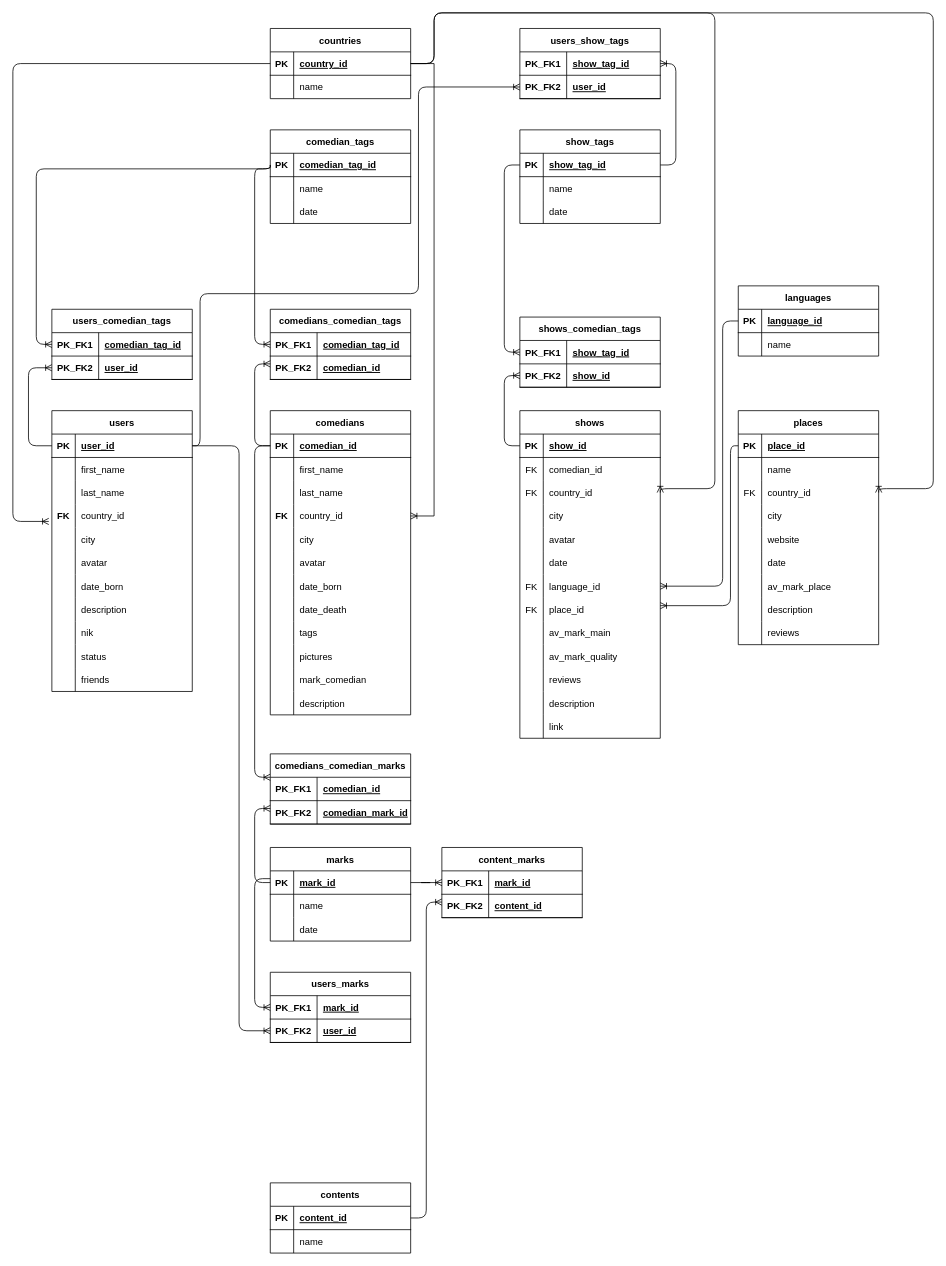
Before: src/Диаграмма без названия.drawio in gitSergeyhab/test, a draw.io diagram. Source tidied: cells renumbered, new cells numbered last; positions are measured from the earlier drawing's top-left corner, leaving out a move shared by most shapes. Both pictures are drawn from the tidied source at 78%, with x=0, y=0 at pixel (12, 12).
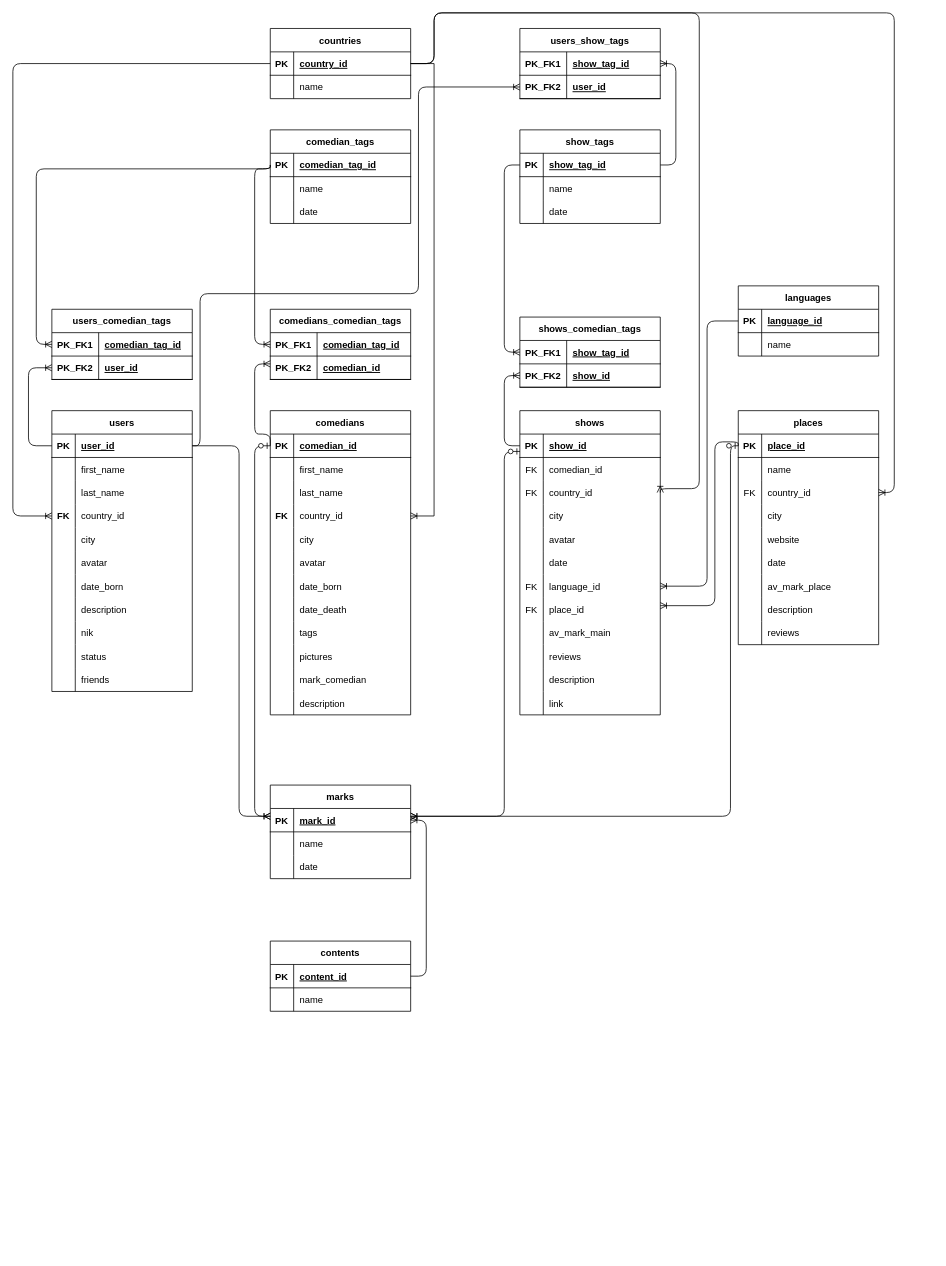
The same page after the edit.

The change refers to these unchanged cells:
```xml
<mxCell id="3" style="shape=tableRow;horizontal=0;startSize=0;swimlaneHead=0;swimlaneBody=0;fillColor=none;points=[[0,0.5],[1,0.5]];portConstraint=eastwest;top=0;left=0;right=0;bottom=1;" parent="2" vertex="1">
  <mxGeometry y="30" width="180" height="30" as="geometry" />
</mxCell>
<mxCell id="40" style="shape=tableRow;horizontal=0;startSize=0;swimlaneHead=0;swimlaneBody=0;fillColor=none;points=[[0,0.5],[1,0.5]];portConstraint=eastwest;top=0;left=0;right=0;bottom=1;" parent="39" vertex="1">
  <mxGeometry y="30" width="180" height="30" as="geometry" />
</mxCell>
<mxCell id="47" style="shape=tableRow;horizontal=0;startSize=0;swimlaneHead=0;swimlaneBody=0;fillColor=none;points=[[0,0.5],[1,0.5]];portConstraint=eastwest;top=0;left=0;right=0;bottom=1;" parent="46" vertex="1">
  <mxGeometry y="30" width="180" height="30" as="geometry" />
</mxCell>
<mxCell id="54" style="shape=tableRow;horizontal=0;startSize=0;swimlaneHead=0;swimlaneBody=0;fillColor=none;points=[[0,0.5],[1,0.5]];portConstraint=eastwest;top=0;left=0;right=0;bottom=1;" parent="53" vertex="1">
  <mxGeometry y="30" width="180" height="30" as="geometry" />
</mxCell>
<mxCell id="72" style="shape=tableRow;horizontal=0;startSize=0;swimlaneHead=0;swimlaneBody=0;fillColor=none;points=[[0,0.5],[1,0.5]];portConstraint=eastwest;top=0;left=0;right=0;bottom=0;" parent="53" vertex="1">
  <mxGeometry y="210" width="180" height="30" as="geometry" />
</mxCell>
<mxCell id="94" style="shape=tableRow;horizontal=0;startSize=0;swimlaneHead=0;swimlaneBody=0;fillColor=none;points=[[0,0.5],[1,0.5]];portConstraint=eastwest;top=0;left=0;right=0;bottom=1;" parent="93" vertex="1">
  <mxGeometry y="30" width="180" height="30" as="geometry" />
</mxCell>
<mxCell id="100" style="shape=tableRow;horizontal=0;startSize=0;swimlaneHead=0;swimlaneBody=0;fillColor=none;points=[[0,0.5],[1,0.5]];portConstraint=eastwest;top=0;left=0;right=0;bottom=0;" parent="93" vertex="1">
  <mxGeometry y="90" width="180" height="30" as="geometry" />
</mxCell>
<mxCell id="122" style="shape=tableRow;horizontal=0;startSize=0;swimlaneHead=0;swimlaneBody=0;fillColor=none;points=[[0,0.5],[1,0.5]];portConstraint=eastwest;top=0;left=0;right=0;bottom=1;" parent="121" vertex="1">
  <mxGeometry y="30" width="180" height="30" as="geometry" />
</mxCell>
<mxCell id="132" style="shape=tableRow;horizontal=0;startSize=0;swimlaneHead=0;swimlaneBody=0;fillColor=none;points=[[0,0.5],[1,0.5]];portConstraint=eastwest;top=0;left=0;right=0;bottom=1;" parent="131" vertex="1">
  <mxGeometry y="30" width="180" height="30" as="geometry" />
</mxCell>
<mxCell id="141" style="shape=tableRow;horizontal=0;startSize=0;swimlaneHead=0;swimlaneBody=0;fillColor=none;points=[[0,0.5],[1,0.5]];portConstraint=eastwest;top=0;left=0;right=0;bottom=0;" parent="131" vertex="1">
  <mxGeometry y="120" width="180" height="30" as="geometry" />
</mxCell>
<mxCell id="246" style="shape=tableRow;horizontal=0;startSize=0;swimlaneHead=0;swimlaneBody=0;fillColor=none;points=[[0,0.5],[1,0.5]];portConstraint=eastwest;top=0;left=0;right=0;bottom=1;" parent="245" vertex="1">
  <mxGeometry y="30" width="180" height="30" as="geometry" />
</mxCell>
```

Diff of the diagram source:
```diff
@@
     <mxCell id="53" value="shows" style="shape=table;startSize=30;childLayout=tableLayout;rowLines=0;fontStyle=1;align=center;" parent="1" vertex="1">
-      <mxGeometry x="650" y="510" width="180" height="420" as="geometry" />
+      <mxGeometry x="650" y="510" width="180" height="390" as="geometry" />
     </mxCell>
@@
-    <mxCell id="81" style="shape=tableRow;horizontal=0;startSize=0;swimlaneHead=0;swimlaneBody=0;fillColor=none;top=0;left=0;right=0;bottom=0;" parent="53" vertex="1">
-      <mxGeometry y="300" width="180" height="30" as="geometry" />
-    </mxCell>
-    <mxCell id="82" style="shape=partialRectangle;fillColor=none;top=0;left=0;bottom=0;right=0;overflow=hidden;" parent="81" vertex="1">
-      <mxGeometry width="30" height="30" as="geometry" />
-    </mxCell>
-    <mxCell id="83" value="av_mark_quality" style="shape=partialRectangle;fillColor=none;top=0;left=0;bottom=0;right=0;align=left;spacingLeft=6;overflow=hidden;" parent="81" vertex="1">
-      <mxGeometry x="30" width="150" height="30" as="geometry" />
-    </mxCell>
     <mxCell id="84" style="shape=tableRow;horizontal=0;startSize=0;swimlaneHead=0;swimlaneBody=0;fillColor=none;top=0;left=0;right=0;bottom=0;" parent="53" vertex="1">
-      <mxGeometry y="330" width="180" height="30" as="geometry" />
+      <mxGeometry y="300" width="180" height="30" as="geometry" />
     </mxCell>
@@
     <mxCell id="87" style="shape=tableRow;horizontal=0;startSize=0;swimlaneHead=0;swimlaneBody=0;fillColor=none;top=0;left=0;right=0;bottom=0;" parent="53" vertex="1">
-      <mxGeometry y="360" width="180" height="30" as="geometry" />
+      <mxGeometry y="330" width="180" height="30" as="geometry" />
     </mxCell>
@@
     <mxCell id="90" style="shape=tableRow;horizontal=0;startSize=0;swimlaneHead=0;swimlaneBody=0;fillColor=none;top=0;left=0;right=0;bottom=0;" parent="53" vertex="1">
-      <mxGeometry y="390" width="180" height="30" as="geometry" />
+      <mxGeometry y="360" width="180" height="30" as="geometry" />
     </mxCell>
@@
     <mxCell id="121" value="marks" style="shape=table;startSize=30;childLayout=tableLayout;rowLines=0;fontStyle=1;align=center;" parent="1" vertex="1">
-      <mxGeometry x="330" y="1070" width="180" height="120" as="geometry" />
+      <mxGeometry x="330" y="990" width="180" height="120" as="geometry" />
     </mxCell>
@@
     <mxCell id="214" style="edgeStyle=orthogonalEdgeStyle;fontSize=12;html=1;endArrow=ERoneToMany;exitX=1;exitY=0.5;exitDx=0;exitDy=0;rounded=1;entryX=1;entryY=0.5;entryDx=0;entryDy=0;" parent="1" edge="1" source="47" target="100">
       <mxGeometry relative="1" as="geometry">
         <Array as="points">
           <mxPoint x="540" y="65" />
           <mxPoint x="540" />
-          <mxPoint x="1180" />
-          <mxPoint x="1180" y="610" />
-          <mxPoint x="1110" y="610" />
+          <mxPoint x="1130" />
+          <mxPoint x="1130" y="615" />
         </Array>
       </mxGeometry>
     </mxCell>
     <mxCell id="215" style="edgeStyle=orthogonalEdgeStyle;fontSize=12;html=1;endArrow=ERoneToMany;exitX=1;exitY=0.5;exitDx=0;exitDy=0;rounded=1;entryX=1;entryY=0.5;entryDx=0;entryDy=0;" parent="1" edge="1" source="47">
       <mxGeometry relative="1" as="geometry">
         <mxPoint x="830" y="615" as="targetPoint" />
         <Array as="points">
           <mxPoint x="540" y="65" />
           <mxPoint x="540" />
-          <mxPoint x="900" />
-          <mxPoint x="900" y="610" />
+          <mxPoint x="880" />
+          <mxPoint x="880" y="610" />
           <mxPoint x="830" y="610" />
         </Array>
       </mxGeometry>
     </mxCell>
@@
-    <mxCell id="218" style="edgeStyle=orthogonalEdgeStyle;fontSize=12;html=1;endArrow=ERoneToMany;rounded=1;entryX=-0.022;entryY=0.733;entryDx=0;entryDy=0;entryPerimeter=0;exitX=0;exitY=0.5;exitDx=0;exitDy=0;" parent="1" edge="1" source="47" target="141">
+    <mxCell id="218" style="edgeStyle=orthogonalEdgeStyle;fontSize=12;html=1;endArrow=ERoneToMany;rounded=1;exitX=0;exitY=0.5;exitDx=0;exitDy=0;entryX=0;entryY=0.5;entryDx=0;entryDy=0;" parent="1" edge="1" source="47" target="141">
       <mxGeometry relative="1" as="geometry">
         <Array as="points">
           <mxPoint y="65" />
-          <mxPoint y="652" />
+          <mxPoint y="645" />
         </Array>
       </mxGeometry>
     </mxCell>
@@
     <mxCell id="220" style="edgeStyle=orthogonalEdgeStyle;fontSize=12;html=1;endArrow=ERoneToMany;rounded=1;exitX=0;exitY=0.5;exitDx=0;exitDy=0;" parent="1" edge="1" source="3">
       <mxGeometry relative="1" as="geometry">
         <mxPoint x="330" y="450" as="targetPoint" />
         <Array as="points">
-          <mxPoint x="310" y="555" />
+          <mxPoint x="330" y="540" />
+          <mxPoint x="310" y="540" />
           <mxPoint x="310" y="450" />
         </Array>
       </mxGeometry>
     </mxCell>
@@
     <mxCell id="225" style="edgeStyle=orthogonalEdgeStyle;fontSize=12;html=1;endArrow=ERoneToMany;rounded=1;exitX=0;exitY=0.5;exitDx=0;exitDy=0;" parent="1" edge="1" source="40" target="72">
       <mxGeometry relative="1" as="geometry">
         <Array as="points">
-          <mxPoint x="910" y="395" />
-          <mxPoint x="910" y="735" />
+          <mxPoint x="890" y="395" />
+          <mxPoint x="890" y="735" />
         </Array>
       </mxGeometry>
     </mxCell>
     <mxCell id="226" style="edgeStyle=orthogonalEdgeStyle;fontSize=12;html=1;endArrow=ERoneToMany;rounded=1;exitX=0;exitY=0.5;exitDx=0;exitDy=0;" parent="1" edge="1" source="94">
       <mxGeometry relative="1" as="geometry">
         <mxPoint x="830" y="760" as="targetPoint" />
         <Array as="points">
-          <mxPoint x="920" y="555" />
-          <mxPoint x="920" y="760" />
+          <mxPoint x="930" y="550" />
+          <mxPoint x="900" y="550" />
+          <mxPoint x="900" y="760" />
         </Array>
       </mxGeometry>
     </mxCell>
-    <mxCell id="227" value="users_marks" style="shape=table;startSize=30;childLayout=tableLayout;rowLines=0;fontStyle=1;align=center;" parent="1" vertex="1">
-      <mxGeometry x="330" y="1230" width="180" height="90" as="geometry" />
-    </mxCell>
-    <mxCell id="228" style="shape=tableRow;horizontal=0;startSize=0;swimlaneHead=0;swimlaneBody=0;fillColor=none;points=[[0,0.5],[1,0.5]];portConstraint=eastwest;top=0;left=0;right=0;bottom=1;" parent="227" vertex="1">
-      <mxGeometry y="30" width="180" height="30" as="geometry" />
-    </mxCell>
-    <mxCell id="229" value="PK_FK1" style="shape=partialRectangle;fillColor=none;top=0;left=0;bottom=0;right=0;fontStyle=1;overflow=hidden;" parent="228" vertex="1">
-      <mxGeometry width="60" height="30" as="geometry" />
-    </mxCell>
-    <mxCell id="230" value="mark_id" style="shape=partialRectangle;fillColor=none;top=0;left=0;bottom=0;right=0;align=left;spacingLeft=6;fontStyle=5;overflow=hidden;" parent="228" vertex="1">
-      <mxGeometry x="60" width="120" height="30" as="geometry" />
-    </mxCell>
-    <mxCell id="231" style="shape=tableRow;horizontal=0;startSize=0;swimlaneHead=0;swimlaneBody=0;fillColor=none;points=[[0,0.5],[1,0.5]];portConstraint=eastwest;top=0;left=0;right=0;bottom=1;" parent="227" vertex="1">
-      <mxGeometry y="60" width="180" height="30" as="geometry" />
-    </mxCell>
-    <mxCell id="232" value="PK_FK2" style="shape=partialRectangle;fillColor=none;top=0;left=0;bottom=0;right=0;fontStyle=1;overflow=hidden;" parent="231" vertex="1">
-      <mxGeometry width="60" height="30" as="geometry" />
-    </mxCell>
-    <mxCell id="233" value="user_id" style="shape=partialRectangle;fillColor=none;top=0;left=0;bottom=0;right=0;align=left;spacingLeft=6;fontStyle=5;overflow=hidden;" parent="231" vertex="1">
-      <mxGeometry x="60" width="120" height="30" as="geometry" />
-    </mxCell>
-    <mxCell id="234" style="edgeStyle=orthogonalEdgeStyle;fontSize=12;html=1;endArrow=ERoneToMany;rounded=1;exitX=0;exitY=0.5;exitDx=0;exitDy=0;" parent="1" edge="1" source="3">
-      <mxGeometry relative="1" as="geometry">
-        <mxPoint x="330" y="980" as="targetPoint" />
-        <Array as="points">
-          <mxPoint x="310" y="555" />
-          <mxPoint x="310" y="980" />
-        </Array>
-      </mxGeometry>
-    </mxCell>
-    <mxCell id="235" value="comedians_comedian_marks" style="shape=table;startSize=30;childLayout=tableLayout;rowLines=0;fontStyle=1;align=center;" parent="1" vertex="1">
-      <mxGeometry x="330" y="950" width="180" height="90" as="geometry" />
-    </mxCell>
-    <mxCell id="236" style="shape=tableRow;horizontal=0;startSize=0;swimlaneHead=0;swimlaneBody=0;fillColor=none;top=0;left=0;right=0;bottom=1;" parent="235" vertex="1">
-      <mxGeometry y="30" width="180" height="30" as="geometry" />
-    </mxCell>
-    <mxCell id="237" value="PK_FK1" style="shape=partialRectangle;fillColor=none;top=0;left=0;bottom=0;right=0;fontStyle=1;overflow=hidden;" parent="236" vertex="1">
-      <mxGeometry width="60" height="30" as="geometry" />
-    </mxCell>
-    <mxCell id="238" value="comedian_id" style="shape=partialRectangle;fillColor=none;top=0;left=0;bottom=0;right=0;align=left;spacingLeft=6;fontStyle=5;overflow=hidden;" parent="236" vertex="1">
-      <mxGeometry x="60" width="120" height="30" as="geometry" />
-    </mxCell>
-    <mxCell id="239" style="shape=tableRow;horizontal=0;startSize=0;swimlaneHead=0;swimlaneBody=0;fillColor=none;top=0;left=0;right=0;bottom=1;" parent="235" vertex="1">
-      <mxGeometry y="60" width="180" height="30" as="geometry" />
-    </mxCell>
-    <mxCell id="240" value="PK_FK2" style="shape=partialRectangle;fillColor=none;top=0;left=0;bottom=0;right=0;fontStyle=1;overflow=hidden;" parent="239" vertex="1">
-      <mxGeometry width="60" height="30" as="geometry" />
-    </mxCell>
-    <mxCell id="241" value="comedian_mark_id" style="shape=partialRectangle;fillColor=none;top=0;left=0;bottom=0;right=0;align=left;spacingLeft=6;fontStyle=5;overflow=hidden;" parent="239" vertex="1">
-      <mxGeometry x="60" width="120" height="30" as="geometry" />
-    </mxCell>
-    <mxCell id="242" style="edgeStyle=orthogonalEdgeStyle;fontSize=12;html=1;endArrow=ERoneToMany;rounded=1;exitX=0;exitY=0.5;exitDx=0;exitDy=0;" parent="1" edge="1" source="122">
-      <mxGeometry relative="1" as="geometry">
-        <mxPoint x="330" y="1020" as="targetPoint" />
-        <Array as="points">
-          <mxPoint x="310" y="1115" />
-          <mxPoint x="310" y="1020" />
-        </Array>
-      </mxGeometry>
-    </mxCell>
-    <mxCell id="243" style="edgeStyle=orthogonalEdgeStyle;fontSize=12;html=1;endArrow=ERoneToMany;rounded=1;entryX=0;entryY=0.5;entryDx=0;entryDy=0;" parent="1" edge="1" target="228">
-      <mxGeometry relative="1" as="geometry">
-        <mxPoint x="330" y="1110" as="sourcePoint" />
-        <Array as="points">
-          <mxPoint x="310" y="1110" />
-          <mxPoint x="310" y="1275" />
-        </Array>
-      </mxGeometry>
-    </mxCell>
-    <mxCell id="244" style="edgeStyle=orthogonalEdgeStyle;fontSize=12;html=1;endArrow=ERoneToMany;rounded=1;entryX=0;entryY=0.5;entryDx=0;entryDy=0;" parent="1" edge="1" source="132" target="231">
+    <mxCell id="244" style="edgeStyle=orthogonalEdgeStyle;fontSize=12;html=1;endArrow=ERoneToMany;rounded=1;" parent="1" edge="1" source="132">
       <mxGeometry relative="1" as="geometry">
+        <mxPoint x="330" y="1030" as="targetPoint" />
         <Array as="points">
           <mxPoint x="290" y="555" />
-          <mxPoint x="290" y="1305" />
+          <mxPoint x="290" y="1030" />
+          <mxPoint x="330" y="1030" />
         </Array>
       </mxGeometry>
     </mxCell>
     <mxCell id="245" value="contents" style="shape=table;startSize=30;childLayout=tableLayout;rowLines=0;fontStyle=1;align=center;" parent="1" vertex="1">
-      <mxGeometry x="330" y="1500" width="180" height="90" as="geometry" />
+      <mxGeometry x="330" y="1190" width="180" height="90" as="geometry" />
     </mxCell>
@@
-    <mxCell id="252" style="edgeStyle=entityRelationEdgeStyle;fontSize=12;html=1;endArrow=ERoneToMany;rounded=1;exitX=1;exitY=0.5;exitDx=0;exitDy=0;" parent="1" edge="1" source="122" target="254">
-      <mxGeometry relative="1" as="geometry" />
-    </mxCell>
-    <mxCell id="253" value="content_marks" style="shape=table;startSize=30;childLayout=tableLayout;rowLines=0;fontStyle=1;align=center;" parent="1" vertex="1">
-      <mxGeometry x="550" y="1070" width="180" height="90" as="geometry" />
-    </mxCell>
-    <mxCell id="254" style="shape=tableRow;horizontal=0;startSize=0;swimlaneHead=0;swimlaneBody=0;fillColor=none;points=[[0,0.5],[1,0.5]];portConstraint=eastwest;top=0;left=0;right=0;bottom=1;" parent="253" vertex="1">
-      <mxGeometry y="30" width="180" height="30" as="geometry" />
-    </mxCell>
-    <mxCell id="255" value="PK_FK1" style="shape=partialRectangle;fillColor=none;top=0;left=0;bottom=0;right=0;fontStyle=1;overflow=hidden;" parent="254" vertex="1">
-      <mxGeometry width="60" height="30" as="geometry" />
-    </mxCell>
-    <mxCell id="256" value="mark_id" style="shape=partialRectangle;fillColor=none;top=0;left=0;bottom=0;right=0;align=left;spacingLeft=6;fontStyle=5;overflow=hidden;" parent="254" vertex="1">
-      <mxGeometry x="60" width="120" height="30" as="geometry" />
-    </mxCell>
-    <mxCell id="257" style="shape=tableRow;horizontal=0;startSize=0;swimlaneHead=0;swimlaneBody=0;fillColor=none;top=0;left=0;right=0;bottom=1;" parent="253" vertex="1">
-      <mxGeometry y="60" width="180" height="30" as="geometry" />
-    </mxCell>
-    <mxCell id="258" value="PK_FK2" style="shape=partialRectangle;fillColor=none;top=0;left=0;bottom=0;right=0;fontStyle=1;overflow=hidden;" parent="257" vertex="1">
-      <mxGeometry width="60" height="30" as="geometry" />
-    </mxCell>
-    <mxCell id="259" value="content_id" style="shape=partialRectangle;fillColor=none;top=0;left=0;bottom=0;right=0;align=left;spacingLeft=6;fontStyle=5;overflow=hidden;" parent="257" vertex="1">
-      <mxGeometry x="60" width="120" height="30" as="geometry" />
-    </mxCell>
-    <mxCell id="260" style="edgeStyle=orthogonalEdgeStyle;fontSize=12;html=1;endArrow=ERoneToMany;rounded=1;exitX=1;exitY=0.5;exitDx=0;exitDy=0;" parent="1" edge="1" source="246">
+    <mxCell id="260" style="edgeStyle=orthogonalEdgeStyle;fontSize=12;html=1;endArrow=ERoneToMany;rounded=1;exitX=1;exitY=0.5;exitDx=0;exitDy=0;entryX=1;entryY=0.5;entryDx=0;entryDy=0;" parent="1" edge="1" source="246" target="122">
       <mxGeometry relative="1" as="geometry">
-        <mxPoint x="550" y="1140" as="targetPoint" />
         <Array as="points">
-          <mxPoint x="530" y="1545" />
-          <mxPoint x="530" y="1140" />
+          <mxPoint x="530" y="1235" />
+          <mxPoint x="530" y="1035" />
         </Array>
       </mxGeometry>
     </mxCell>
+    <mxCell id="261" style="edgeStyle=orthogonalEdgeStyle;fontSize=12;html=1;endArrow=ERoneToMany;startArrow=ERzeroToOne;rounded=1;" parent="1" edge="1" source="3">
+      <mxGeometry relative="1" as="geometry">
+        <mxPoint x="330" y="1030" as="targetPoint" />
+        <Array as="points">
+          <mxPoint x="310" y="555" />
+          <mxPoint x="310" y="1030" />
+        </Array>
+      </mxGeometry>
+    </mxCell>
+    <mxCell id="262" style="edgeStyle=orthogonalEdgeStyle;fontSize=12;html=1;endArrow=ERoneToMany;startArrow=ERzeroToOne;rounded=1;exitX=0.001;exitY=0.742;exitDx=0;exitDy=0;exitPerimeter=0;" parent="1" edge="1" source="54">
+      <mxGeometry relative="1" as="geometry">
+        <mxPoint x="510" y="1030" as="targetPoint" />
+        <Array as="points">
+          <mxPoint x="630" y="562" />
+          <mxPoint x="630" y="1030" />
+          <mxPoint x="510" y="1030" />
+        </Array>
+      </mxGeometry>
+    </mxCell>
+    <mxCell id="263" style="edgeStyle=orthogonalEdgeStyle;fontSize=12;html=1;endArrow=ERoneToMany;startArrow=ERzeroToOne;rounded=1;exitX=0;exitY=0.5;exitDx=0;exitDy=0;jumpStyle=none;" parent="1" edge="1" source="94">
+      <mxGeometry relative="1" as="geometry">
+        <mxPoint x="510" y="1030" as="targetPoint" />
+        <Array as="points">
+          <mxPoint x="920" y="555" />
+          <mxPoint x="920" y="1030" />
+        </Array>
+      </mxGeometry>
+    </mxCell>
```
